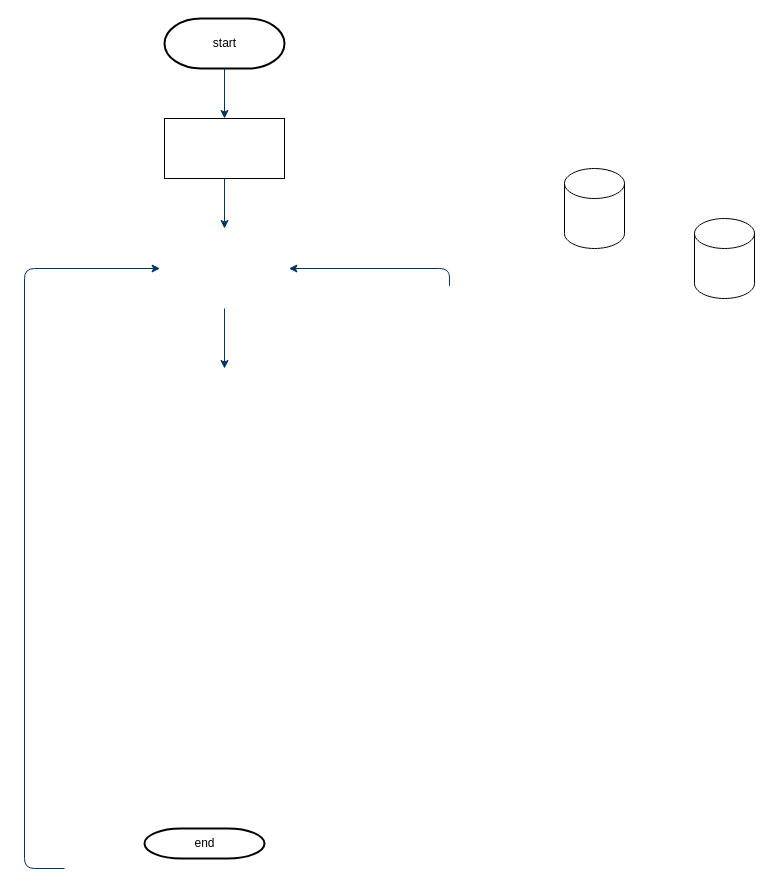
Before: Day_1/Figures/Flowchart.drawio in SantoAry/AquaDeveloper_Academy, a draw.io diagram. Source tidied: cells renumbered, new cells numbered last; positions are measured from the earlier drawing's top-left corner, leaving out a move shared by most shapes. Both pictures are drawn from the tidied source at 100%, with x=0, y=0 at pixel (24, 18).
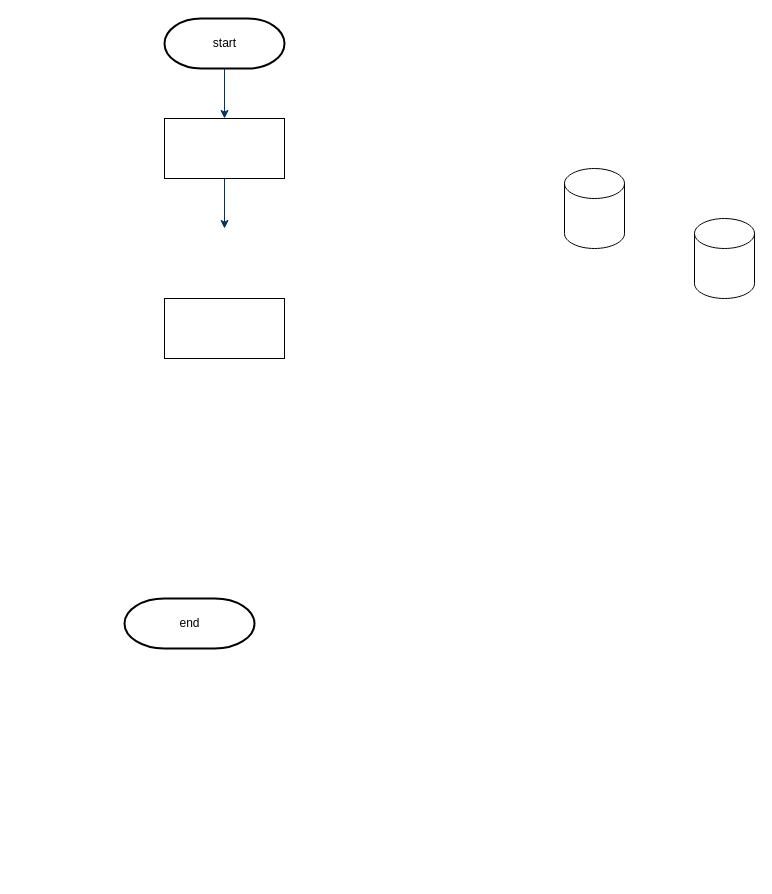
After the change.

Diff of the diagram source:
```diff
@@
 <mxGraphModel>
   <root>
     <mxCell id="0" />
     <mxCell id="1" parent="0" />
     <mxCell id="2" value="start" style="shape=mxgraph.flowchart.terminator;strokeWidth=2;gradientColor=none;gradientDirection=north;fontStyle=0;html=1;" parent="1" vertex="1">
       <mxGeometry x="140" width="120" height="50" as="geometry" />
     </mxCell>
     <mxCell id="3" style="fontStyle=1;strokeColor=#003366;strokeWidth=1;html=1;entryX=0.5;entryY=0;entryDx=0;entryDy=0;" parent="1" edge="1" source="2" target="9">
       <mxGeometry relative="1" as="geometry" />
     </mxCell>
     <mxCell id="4" style="fontStyle=1;strokeColor=#003366;strokeWidth=1;html=1;exitX=0.5;exitY=1;exitDx=0;exitDy=0;" parent="1" edge="1" source="9">
       <mxGeometry relative="1" as="geometry">
         <mxPoint x="200" y="210" as="targetPoint" />
       </mxGeometry>
     </mxCell>
-    <mxCell id="5" style="entryX=0.5;entryY=0;entryPerimeter=0;fontStyle=1;strokeColor=#003366;strokeWidth=1;html=1;" parent="1" edge="1">
-      <mxGeometry relative="1" as="geometry">
-        <mxPoint x="200" y="290" as="sourcePoint" />
-        <mxPoint x="200" y="350" as="targetPoint" />
-      </mxGeometry>
-    </mxCell>
     <mxCell id="6" value="end" style="shape=mxgraph.flowchart.terminator;strokeWidth=2;gradientColor=none;gradientDirection=north;fontStyle=0;html=1;" parent="1" vertex="1">
-      <mxGeometry x="120" y="810" width="120" height="30" as="geometry" />
+      <mxGeometry x="100" y="580" width="130" height="50" as="geometry" />
     </mxCell>
-    <mxCell id="7" style="edgeStyle=elbowEdgeStyle;elbow=horizontal;exitX=0.5;exitY=0.09;exitPerimeter=0;entryX=0.905;entryY=0.5;entryPerimeter=0;fontStyle=1;strokeColor=#003366;strokeWidth=1;html=1;" parent="1" edge="1">
-      <mxGeometry as="geometry">
-        <mxPoint x="425" y="267.3" as="sourcePoint" />
-        <mxPoint x="264.4" y="250" as="targetPoint" />
-        <Array as="points">
-          <mxPoint x="425" y="260" />
-        </Array>
-      </mxGeometry>
-    </mxCell>
-    <mxCell id="8" style="edgeStyle=elbowEdgeStyle;elbow=horizontal;entryX=0.095;entryY=0.5;entryPerimeter=0;fontStyle=1;strokeColor=#003366;strokeWidth=1;html=1;" parent="1" edge="1">
-      <mxGeometry as="geometry">
-        <mxPoint x="40" y="850" as="sourcePoint" />
-        <mxPoint x="135.6" y="250" as="targetPoint" />
-        <Array as="points">
-          <mxPoint y="930" />
-        </Array>
-      </mxGeometry>
-    </mxCell>
     <mxCell id="9" style="rounded=0;whiteSpace=wrap;html=1;" parent="1" vertex="1">
       <mxGeometry x="140" y="100" width="120" height="60" as="geometry" />
     </mxCell>
     <mxCell id="10" style="shape=cylinder3;whiteSpace=wrap;html=1;boundedLbl=1;backgroundOutline=1;size=15;" parent="1" vertex="1">
       <mxGeometry x="540" y="150" width="60" height="80" as="geometry" />
     </mxCell>
     <mxCell id="11" style="shape=cylinder3;whiteSpace=wrap;html=1;boundedLbl=1;backgroundOutline=1;size=15;" parent="1" vertex="1">
       <mxGeometry x="670" y="200" width="60" height="80" as="geometry" />
     </mxCell>
+    <mxCell id="12" style="rounded=0;whiteSpace=wrap;html=1;" parent="1" vertex="1">
+      <mxGeometry x="140" y="280" width="120" height="60" as="geometry" />
+    </mxCell>
   </root>
 </mxGraphModel>
```
